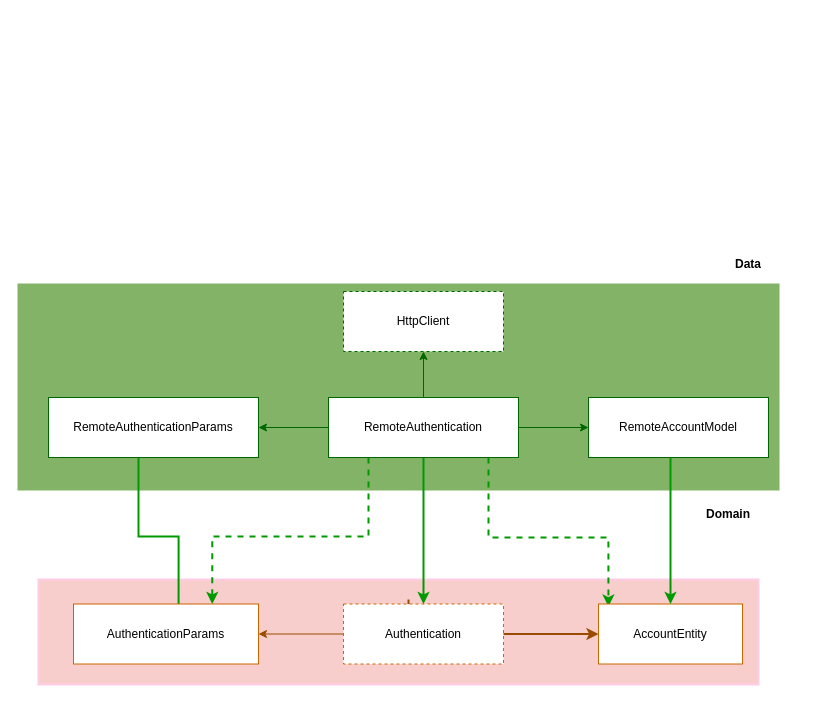
Earlier version of the draw.io diagram diagrams/authentication_use_case.drawio (rrs-sistema/mobile-sales-micros-services). Source tidied: cells renumbered, new cells numbered last; positions are measured from the earlier drawing's top-left corner, leaving out a move shared by most shapes. Both pictures are drawn from the tidied source at 100%, with x=0, y=0 at pixel (18, 249).
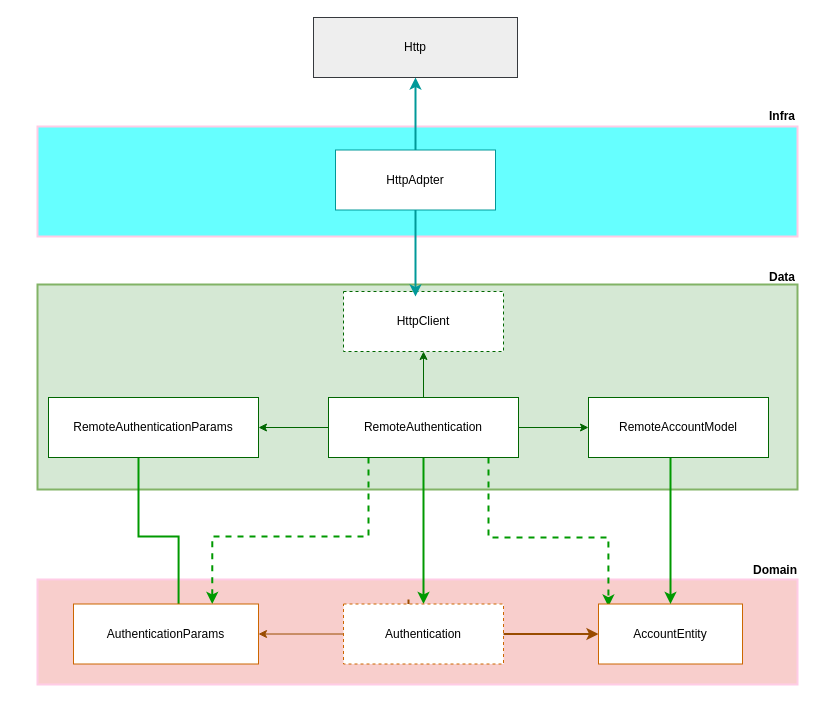
The same page after the edit.

The edit, as a diff of the source:
```diff
@@
-    <mxCell id="2" style="rounded=0;whiteSpace=wrap;html=1;fillColor=#f8cecc;strokeColor=#FFCCE6;strokeWidth=2;" parent="1" vertex="1">
-      <mxGeometry x="20" y="330" width="720" height="105" as="geometry" />
+    <mxCell id="2" style="rounded=0;whiteSpace=wrap;html=1;fillColor=#f8cecc;strokeColor=#FFCCE6;strokeWidth=2;gradientColor=none;" parent="1" vertex="1">
+      <mxGeometry x="19" y="330" width="760" height="105" as="geometry" />
     </mxCell>
-    <mxCell id="3" style="rounded=0;whiteSpace=wrap;html=1;fillColor=#82B366;strokeColor=#82b366;strokeWidth=2;" parent="1" vertex="1">
-      <mxGeometry y="35" width="760" height="205" as="geometry" />
+    <mxCell id="3" style="rounded=0;whiteSpace=wrap;html=1;fillColor=#d5e8d4;strokeColor=#82b366;strokeWidth=2;" parent="1" vertex="1">
+      <mxGeometry x="19" y="35" width="760" height="205" as="geometry" />
     </mxCell>
@@
     <mxCell id="12" value="&lt;b&gt;Data&lt;/b&gt;" style="text;html=1;strokeColor=none;fillColor=none;align=center;verticalAlign=middle;whiteSpace=wrap;rounded=0;dashed=1;" parent="1" vertex="1">
-      <mxGeometry x="700" width="60" height="30" as="geometry" />
+      <mxGeometry x="734" y="13" width="60" height="30" as="geometry" />
     </mxCell>
@@
     <mxCell id="17" value="&lt;b&gt;Domain&lt;/b&gt;" style="text;html=1;strokeColor=none;fillColor=none;align=center;verticalAlign=middle;whiteSpace=wrap;rounded=0;dashed=1;" parent="1" vertex="1">
-      <mxGeometry x="680" y="250" width="60" height="30" as="geometry" />
+      <mxGeometry x="727" y="306" width="60" height="30" as="geometry" />
     </mxCell>
@@
+    <mxCell id="23" style="rounded=0;whiteSpace=wrap;html=1;fillColor=#66FFFF;strokeColor=#FFCCE6;strokeWidth=2;gradientColor=none;" parent="1" vertex="1">
+      <mxGeometry x="19" y="-123" width="760" height="110" as="geometry" />
+    </mxCell>
+    <mxCell id="24" value="Http" style="rounded=0;whiteSpace=wrap;html=1;strokeColor=#36393d;strokeWidth=1;fillColor=#eeeeee;" parent="1" vertex="1">
+      <mxGeometry x="295" y="-232" width="204" height="60" as="geometry" />
+    </mxCell>
+    <mxCell id="25" style="edgeStyle=orthogonalEdgeStyle;rounded=0;jettySize=auto;html=1;strokeColor=#009999;strokeWidth=2;" parent="1" edge="1" source="27">
+      <mxGeometry relative="1" as="geometry">
+        <mxPoint x="397" y="47" as="targetPoint" />
+      </mxGeometry>
+    </mxCell>
+    <mxCell id="26" style="edgeStyle=orthogonalEdgeStyle;rounded=0;jettySize=auto;html=1;entryX=0.5;entryY=1;entryDx=0;entryDy=0;strokeColor=#009999;strokeWidth=2;" parent="1" edge="1" source="27" target="24">
+      <mxGeometry relative="1" as="geometry" />
+    </mxCell>
+    <mxCell id="27" value="HttpAdpter" style="rounded=0;whiteSpace=wrap;html=1;strokeColor=#009999;strokeWidth=1;fillColor=default;" parent="1" vertex="1">
+      <mxGeometry x="317" y="-99.5" width="160" height="60" as="geometry" />
+    </mxCell>
+    <mxCell id="28" value="&lt;b&gt;Infra&lt;/b&gt;" style="text;html=1;strokeColor=none;fillColor=none;align=center;verticalAlign=middle;whiteSpace=wrap;rounded=0;dashed=1;" parent="1" vertex="1">
+      <mxGeometry x="734" y="-148" width="60" height="30" as="geometry" />
+    </mxCell>
```
